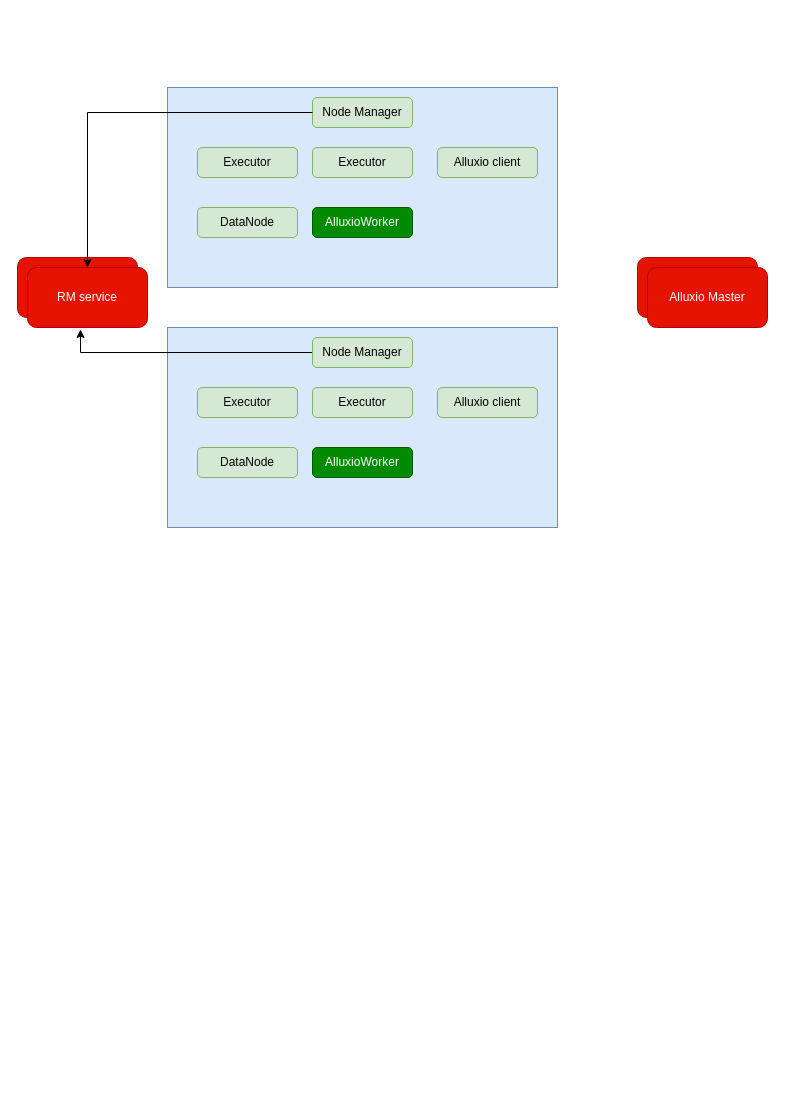
Earlier version of the draw.io diagram dir2/alluxio.drawio (liangrui1988/diagrams). Source tidied: cells renumbered, new cells numbered last; positions are measured from the earlier drawing's top-left corner, leaving out a move shared by most shapes. Both pictures are drawn from the tidied source at 100%, with x=0, y=0 at pixel (17, 87).
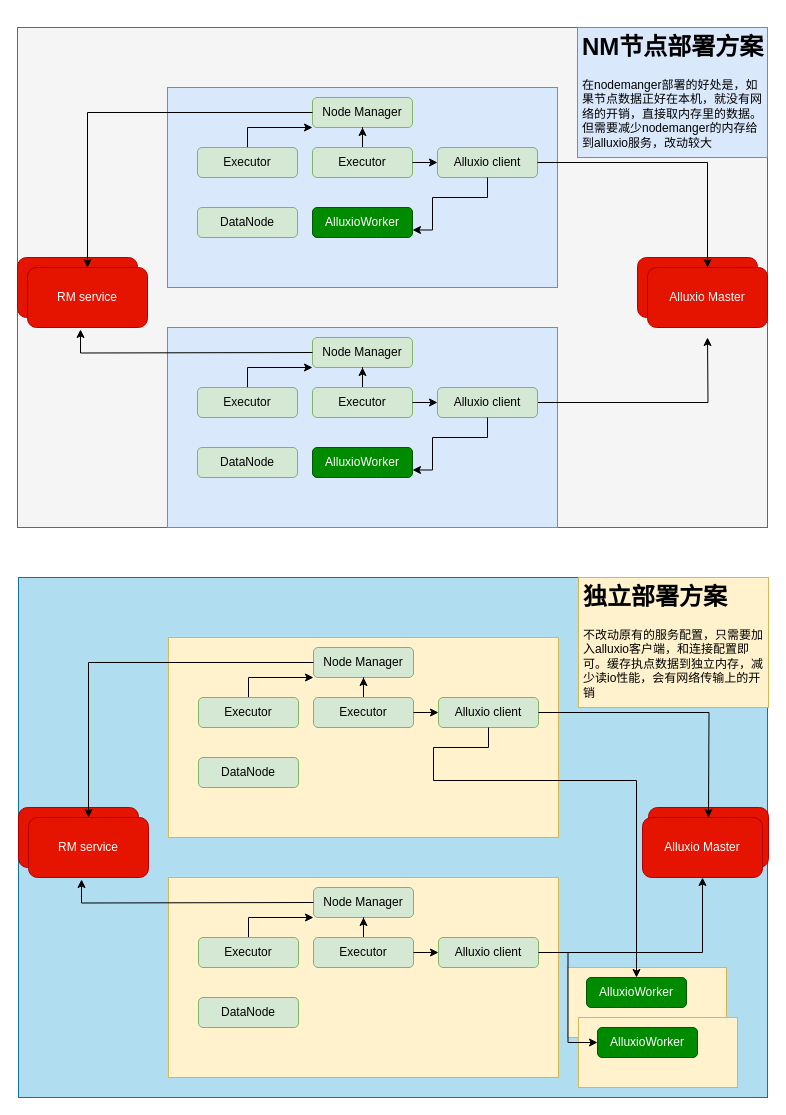
The same diagram, later.

Change to the diagram source:
```diff
@@
+    <mxCell id="22" style="group;" parent="1" vertex="1">
+      <mxGeometry y="-60" width="750" height="500" as="geometry" />
+    </mxCell>
+    <mxCell id="23" style="rounded=0;whiteSpace=wrap;html=1;fillColor=#f5f5f5;strokeColor=#666666;fontColor=#333333;" parent="22" vertex="1">
+      <mxGeometry width="750" height="500" as="geometry" />
+    </mxCell>
-    <mxCell id="2" style="rounded=0;whiteSpace=wrap;html=1;fillColor=#dae8fc;strokeColor=#6c8ebf;" parent="1" vertex="1">
-      <mxGeometry x="150" width="390" height="200" as="geometry" />
+    <mxCell id="2" style="rounded=0;whiteSpace=wrap;html=1;fillColor=#dae8fc;strokeColor=#6c8ebf;" parent="22" vertex="1">
+      <mxGeometry x="150" y="60" width="390" height="200" as="geometry" />
     </mxCell>
-    <mxCell id="3" value="Node Manager" style="rounded=1;whiteSpace=wrap;html=1;fillColor=#d5e8d4;strokeColor=#82b366;" parent="1" vertex="1">
-      <mxGeometry x="295" y="10" width="100" height="30" as="geometry" />
+    <mxCell id="3" value="Node Manager" style="rounded=1;whiteSpace=wrap;html=1;fillColor=#d5e8d4;strokeColor=#82b366;" parent="22" vertex="1">
+      <mxGeometry x="295" y="70" width="100" height="30" as="geometry" />
     </mxCell>
-    <mxCell id="4" style="rounded=1;whiteSpace=wrap;html=1;fillColor=#e51400;fontColor=#ffffff;strokeColor=#B20000;" parent="1" vertex="1">
-      <mxGeometry x="620" y="170" width="120" height="60" as="geometry" />
+    <mxCell id="4" style="rounded=1;whiteSpace=wrap;html=1;fillColor=#e51400;fontColor=#ffffff;strokeColor=#B20000;" parent="22" vertex="1">
+      <mxGeometry x="620" y="230" width="120" height="60" as="geometry" />
     </mxCell>
+    <mxCell id="24" style="edgeStyle=orthogonalEdgeStyle;rounded=0;jettySize=auto;html=1;exitX=0.5;exitY=0;exitDx=0;exitDy=0;entryX=0;entryY=1;entryDx=0;entryDy=0;" parent="22" edge="1" source="5" target="3">
+      <mxGeometry relative="1" as="geometry" />
+    </mxCell>
-    <mxCell id="5" value="Executor" style="rounded=1;whiteSpace=wrap;html=1;fillColor=#d5e8d4;strokeColor=#82b366;" parent="1" vertex="1">
-      <mxGeometry x="180" y="60" width="100" height="30" as="geometry" />
+    <mxCell id="5" value="Executor" style="rounded=1;whiteSpace=wrap;html=1;fillColor=#d5e8d4;strokeColor=#82b366;" parent="22" vertex="1">
+      <mxGeometry x="180" y="120" width="100" height="30" as="geometry" />
     </mxCell>
+    <mxCell id="25" style="edgeStyle=orthogonalEdgeStyle;rounded=0;jettySize=auto;html=1;exitX=0.5;exitY=0;exitDx=0;exitDy=0;" parent="22" edge="1" source="6" target="3">
+      <mxGeometry relative="1" as="geometry" />
+    </mxCell>
-    <mxCell id="6" value="Executor" style="rounded=1;whiteSpace=wrap;html=1;fillColor=#d5e8d4;strokeColor=#82b366;" parent="1" vertex="1">
-      <mxGeometry x="295" y="60" width="100" height="30" as="geometry" />
+    <mxCell id="6" value="Executor" style="rounded=1;whiteSpace=wrap;html=1;fillColor=#d5e8d4;strokeColor=#82b366;" parent="22" vertex="1">
+      <mxGeometry x="295" y="120" width="100" height="30" as="geometry" />
     </mxCell>
-    <mxCell id="7" value="Alluxio client" style="rounded=1;whiteSpace=wrap;html=1;fillColor=#d5e8d4;strokeColor=#82b366;" parent="1" vertex="1">
-      <mxGeometry x="420" y="60" width="100" height="30" as="geometry" />
+    <mxCell id="7" value="Alluxio client" style="rounded=1;whiteSpace=wrap;html=1;fillColor=#d5e8d4;strokeColor=#82b366;" parent="22" vertex="1">
+      <mxGeometry x="420" y="120" width="100" height="30" as="geometry" />
     </mxCell>
+    <mxCell id="26" style="edgeStyle=orthogonalEdgeStyle;rounded=0;jettySize=auto;html=1;exitX=1;exitY=0.5;exitDx=0;exitDy=0;entryX=0;entryY=0.5;entryDx=0;entryDy=0;" parent="22" edge="1" source="6" target="7">
+      <mxGeometry relative="1" as="geometry" />
+    </mxCell>
-    <mxCell id="8" value="DataNode" style="rounded=1;whiteSpace=wrap;html=1;fillColor=#d5e8d4;strokeColor=#82b366;" parent="1" vertex="1">
-      <mxGeometry x="180" y="120" width="100" height="30" as="geometry" />
+    <mxCell id="8" value="DataNode" style="rounded=1;whiteSpace=wrap;html=1;fillColor=#d5e8d4;strokeColor=#82b366;" parent="22" vertex="1">
+      <mxGeometry x="180" y="180" width="100" height="30" as="geometry" />
     </mxCell>
-    <mxCell id="9" value="AlluxioWorker" style="rounded=1;whiteSpace=wrap;html=1;fillColor=#008a00;strokeColor=#005700;fontColor=#ffffff;" parent="1" vertex="1">
-      <mxGeometry x="295" y="120" width="100" height="30" as="geometry" />
+    <mxCell id="9" value="AlluxioWorker" style="rounded=1;whiteSpace=wrap;html=1;fillColor=#008a00;strokeColor=#005700;fontColor=#ffffff;" parent="22" vertex="1">
+      <mxGeometry x="295" y="180" width="100" height="30" as="geometry" />
     </mxCell>
+    <mxCell id="27" style="edgeStyle=orthogonalEdgeStyle;rounded=0;jettySize=auto;html=1;entryX=1;entryY=0.75;entryDx=0;entryDy=0;" parent="22" edge="1" source="7" target="9">
+      <mxGeometry relative="1" as="geometry">
+        <Array as="points">
+          <mxPoint x="470" y="170" />
+          <mxPoint x="415" y="170" />
+          <mxPoint x="415" y="203" />
+        </Array>
+      </mxGeometry>
+    </mxCell>
-    <mxCell id="10" value="Alluxio Master" style="rounded=1;whiteSpace=wrap;html=1;fillColor=#e51400;fontColor=#ffffff;strokeColor=#B20000;" parent="1" vertex="1">
-      <mxGeometry x="630" y="180" width="120" height="60" as="geometry" />
+    <mxCell id="10" value="Alluxio Master" style="rounded=1;whiteSpace=wrap;html=1;fillColor=#e51400;fontColor=#ffffff;strokeColor=#B20000;" parent="22" vertex="1">
+      <mxGeometry x="630" y="240" width="120" height="60" as="geometry" />
     </mxCell>
-    <mxCell id="11" style="rounded=0;whiteSpace=wrap;html=1;fillColor=#dae8fc;strokeColor=#6c8ebf;" parent="1" vertex="1">
-      <mxGeometry x="150" y="240" width="390" height="200" as="geometry" />
-    </mxCell>
-    <mxCell id="12" style="edgeStyle=orthogonalEdgeStyle;rounded=0;jettySize=auto;html=1;exitX=0;exitY=0.5;exitDx=0;exitDy=0;entryX=0.442;entryY=1.033;entryDx=0;entryDy=0;entryPerimeter=0;" parent="1" edge="1" source="13" target="20">
-      <mxGeometry relative="1" as="geometry" />
-    </mxCell>
-    <mxCell id="13" value="Node Manager" style="rounded=1;whiteSpace=wrap;html=1;fillColor=#d5e8d4;strokeColor=#82b366;" parent="1" vertex="1">
-      <mxGeometry x="295" y="250" width="100" height="30" as="geometry" />
-    </mxCell>
-    <mxCell id="14" value="Executor" style="rounded=1;whiteSpace=wrap;html=1;fillColor=#d5e8d4;strokeColor=#82b366;" parent="1" vertex="1">
-      <mxGeometry x="180" y="300" width="100" height="30" as="geometry" />
-    </mxCell>
-    <mxCell id="15" value="Executor" style="rounded=1;whiteSpace=wrap;html=1;fillColor=#d5e8d4;strokeColor=#82b366;" parent="1" vertex="1">
-      <mxGeometry x="295" y="300" width="100" height="30" as="geometry" />
-    </mxCell>
-    <mxCell id="16" value="Alluxio client" style="rounded=1;whiteSpace=wrap;html=1;fillColor=#d5e8d4;strokeColor=#82b366;" parent="1" vertex="1">
-      <mxGeometry x="420" y="300" width="100" height="30" as="geometry" />
-    </mxCell>
-    <mxCell id="17" value="DataNode" style="rounded=1;whiteSpace=wrap;html=1;fillColor=#d5e8d4;strokeColor=#82b366;" parent="1" vertex="1">
-      <mxGeometry x="180" y="360" width="100" height="30" as="geometry" />
-    </mxCell>
-    <mxCell id="18" value="AlluxioWorker" style="rounded=1;whiteSpace=wrap;html=1;fillColor=#008a00;strokeColor=#005700;fontColor=#ffffff;" parent="1" vertex="1">
-      <mxGeometry x="295" y="360" width="100" height="30" as="geometry" />
-    </mxCell>
+    <mxCell id="28" style="edgeStyle=orthogonalEdgeStyle;rounded=0;jettySize=auto;html=1;exitX=1;exitY=0.5;exitDx=0;exitDy=0;" parent="22" edge="1" source="7" target="10">
+      <mxGeometry relative="1" as="geometry" />
+    </mxCell>
-    <mxCell id="19" style="rounded=1;whiteSpace=wrap;html=1;fillColor=#e51400;fontColor=#ffffff;strokeColor=#B20000;" parent="1" vertex="1">
-      <mxGeometry y="170" width="120" height="60" as="geometry" />
+    <mxCell id="19" style="rounded=1;whiteSpace=wrap;html=1;fillColor=#e51400;fontColor=#ffffff;strokeColor=#B20000;" parent="22" vertex="1">
+      <mxGeometry y="230" width="120" height="60" as="geometry" />
     </mxCell>
-    <mxCell id="20" value="RM service" style="rounded=1;whiteSpace=wrap;html=1;fillColor=#e51400;fontColor=#ffffff;strokeColor=#B20000;" parent="1" vertex="1">
-      <mxGeometry x="10" y="180" width="120" height="60" as="geometry" />
+    <mxCell id="20" value="RM service" style="rounded=1;whiteSpace=wrap;html=1;fillColor=#e51400;fontColor=#ffffff;strokeColor=#B20000;" parent="22" vertex="1">
+      <mxGeometry x="10" y="240" width="120" height="60" as="geometry" />
     </mxCell>
-    <mxCell id="21" style="edgeStyle=orthogonalEdgeStyle;rounded=0;jettySize=auto;html=1;exitX=0;exitY=0.5;exitDx=0;exitDy=0;entryX=0.5;entryY=0;entryDx=0;entryDy=0;" parent="1" edge="1" source="3" target="20">
+    <mxCell id="21" style="edgeStyle=orthogonalEdgeStyle;rounded=0;jettySize=auto;html=1;exitX=0;exitY=0.5;exitDx=0;exitDy=0;entryX=0.5;entryY=0;entryDx=0;entryDy=0;" parent="22" edge="1" source="3" target="20">
       <mxGeometry relative="1" as="geometry" />
     </mxCell>
+    <mxCell id="29" style="rounded=0;whiteSpace=wrap;html=1;fillColor=#dae8fc;strokeColor=#6c8ebf;" parent="22" vertex="1">
+      <mxGeometry x="150" y="300" width="390" height="200" as="geometry" />
+    </mxCell>
+    <mxCell id="30" value="Node Manager" style="rounded=1;whiteSpace=wrap;html=1;fillColor=#d5e8d4;strokeColor=#82b366;" parent="22" vertex="1">
+      <mxGeometry x="295" y="310" width="100" height="30" as="geometry" />
+    </mxCell>
+    <mxCell id="31" style="edgeStyle=orthogonalEdgeStyle;rounded=0;jettySize=auto;html=1;exitX=0.5;exitY=0;exitDx=0;exitDy=0;entryX=0;entryY=1;entryDx=0;entryDy=0;" parent="22" edge="1" source="32" target="30">
+      <mxGeometry relative="1" as="geometry" />
+    </mxCell>
+    <mxCell id="32" value="Executor" style="rounded=1;whiteSpace=wrap;html=1;fillColor=#d5e8d4;strokeColor=#82b366;" parent="22" vertex="1">
+      <mxGeometry x="180" y="360" width="100" height="30" as="geometry" />
+    </mxCell>
+    <mxCell id="33" style="edgeStyle=orthogonalEdgeStyle;rounded=0;jettySize=auto;html=1;exitX=0.5;exitY=0;exitDx=0;exitDy=0;" parent="22" edge="1" source="34" target="30">
+      <mxGeometry relative="1" as="geometry" />
+    </mxCell>
+    <mxCell id="34" value="Executor" style="rounded=1;whiteSpace=wrap;html=1;fillColor=#d5e8d4;strokeColor=#82b366;" parent="22" vertex="1">
+      <mxGeometry x="295" y="360" width="100" height="30" as="geometry" />
+    </mxCell>
+    <mxCell id="35" style="edgeStyle=orthogonalEdgeStyle;rounded=0;jettySize=auto;html=1;exitX=1;exitY=0.5;exitDx=0;exitDy=0;" parent="22" edge="1" source="36">
+      <mxGeometry relative="1" as="geometry">
+        <mxPoint x="690" y="310" as="targetPoint" />
+      </mxGeometry>
+    </mxCell>
+    <mxCell id="36" value="Alluxio client" style="rounded=1;whiteSpace=wrap;html=1;fillColor=#d5e8d4;strokeColor=#82b366;" parent="22" vertex="1">
+      <mxGeometry x="420" y="360" width="100" height="30" as="geometry" />
+    </mxCell>
+    <mxCell id="37" style="edgeStyle=orthogonalEdgeStyle;rounded=0;jettySize=auto;html=1;exitX=1;exitY=0.5;exitDx=0;exitDy=0;entryX=0;entryY=0.5;entryDx=0;entryDy=0;" parent="22" edge="1" source="34" target="36">
+      <mxGeometry relative="1" as="geometry" />
+    </mxCell>
+    <mxCell id="38" value="DataNode" style="rounded=1;whiteSpace=wrap;html=1;fillColor=#d5e8d4;strokeColor=#82b366;" parent="22" vertex="1">
+      <mxGeometry x="180" y="420" width="100" height="30" as="geometry" />
+    </mxCell>
+    <mxCell id="39" value="AlluxioWorker" style="rounded=1;whiteSpace=wrap;html=1;fillColor=#008a00;strokeColor=#005700;fontColor=#ffffff;" parent="22" vertex="1">
+      <mxGeometry x="295" y="420" width="100" height="30" as="geometry" />
+    </mxCell>
+    <mxCell id="40" style="edgeStyle=orthogonalEdgeStyle;rounded=0;jettySize=auto;html=1;entryX=1;entryY=0.75;entryDx=0;entryDy=0;" parent="22" edge="1" source="36" target="39">
+      <mxGeometry relative="1" as="geometry">
+        <Array as="points">
+          <mxPoint x="470" y="410" />
+          <mxPoint x="415" y="410" />
+          <mxPoint x="415" y="443" />
+        </Array>
+      </mxGeometry>
+    </mxCell>
+    <mxCell id="12" style="edgeStyle=orthogonalEdgeStyle;rounded=0;jettySize=auto;html=1;exitX=0;exitY=0.5;exitDx=0;exitDy=0;entryX=0.442;entryY=1.033;entryDx=0;entryDy=0;entryPerimeter=0;" parent="22" edge="1" target="20">
+      <mxGeometry relative="1" as="geometry">
+        <mxPoint x="295" y="325" as="sourcePoint" />
+      </mxGeometry>
+    </mxCell>
+    <mxCell id="41" value="&lt;h1&gt;NM节点部署方案&lt;/h1&gt;&lt;p&gt;在nodemanger部署的好处是，如果节点数据正好在本机，就没有网络的开销，直接取内存里的数据。但需要减少nodemanger的内存给到alluxio服务，改动较大&lt;/p&gt;" style="text;html=1;strokeColor=#6c8ebf;fillColor=#dae8fc;spacing=5;spacingTop=-20;whiteSpace=wrap;overflow=hidden;rounded=0;" parent="22" vertex="1">
+      <mxGeometry x="560" width="190" height="130" as="geometry" />
+    </mxCell>
+    <mxCell id="42" style="rounded=0;whiteSpace=wrap;html=1;fillColor=#b1ddf0;strokeColor=#10739e;" parent="1" vertex="1">
+      <mxGeometry x="1" y="490" width="749" height="520" as="geometry" />
+    </mxCell>
+    <mxCell id="43" style="rounded=0;whiteSpace=wrap;html=1;fillColor=#fff2cc;strokeColor=#d6b656;" parent="1" vertex="1">
+      <mxGeometry x="151" y="550" width="390" height="200" as="geometry" />
+    </mxCell>
+    <mxCell id="44" value="Node Manager" style="rounded=1;whiteSpace=wrap;html=1;fillColor=#d5e8d4;strokeColor=#82b366;" parent="1" vertex="1">
+      <mxGeometry x="296" y="560" width="100" height="30" as="geometry" />
+    </mxCell>
+    <mxCell id="45" style="rounded=1;whiteSpace=wrap;html=1;fillColor=#e51400;fontColor=#ffffff;strokeColor=#B20000;" parent="1" vertex="1">
+      <mxGeometry x="631" y="720" width="120" height="60" as="geometry" />
+    </mxCell>
+    <mxCell id="46" style="edgeStyle=orthogonalEdgeStyle;rounded=0;jettySize=auto;html=1;exitX=0.5;exitY=0;exitDx=0;exitDy=0;entryX=0;entryY=1;entryDx=0;entryDy=0;" parent="1" edge="1" source="47" target="44">
+      <mxGeometry x="30" y="560" as="geometry" />
+    </mxCell>
+    <mxCell id="47" value="Executor" style="rounded=1;whiteSpace=wrap;html=1;fillColor=#d5e8d4;strokeColor=#82b366;" parent="1" vertex="1">
+      <mxGeometry x="181" y="610" width="100" height="30" as="geometry" />
+    </mxCell>
+    <mxCell id="48" style="edgeStyle=orthogonalEdgeStyle;rounded=0;jettySize=auto;html=1;exitX=0.5;exitY=0;exitDx=0;exitDy=0;" parent="1" edge="1" source="49" target="44">
+      <mxGeometry x="30" y="560" as="geometry" />
+    </mxCell>
+    <mxCell id="49" value="Executor" style="rounded=1;whiteSpace=wrap;html=1;fillColor=#d5e8d4;strokeColor=#82b366;" parent="1" vertex="1">
+      <mxGeometry x="296" y="610" width="100" height="30" as="geometry" />
+    </mxCell>
+    <mxCell id="50" value="Alluxio client" style="rounded=1;whiteSpace=wrap;html=1;fillColor=#d5e8d4;strokeColor=#82b366;" parent="1" vertex="1">
+      <mxGeometry x="421" y="610" width="100" height="30" as="geometry" />
+    </mxCell>
+    <mxCell id="51" style="edgeStyle=orthogonalEdgeStyle;rounded=0;jettySize=auto;html=1;exitX=1;exitY=0.5;exitDx=0;exitDy=0;entryX=0;entryY=0.5;entryDx=0;entryDy=0;" parent="1" edge="1" source="49" target="50">
+      <mxGeometry x="30" y="560" as="geometry" />
+    </mxCell>
+    <mxCell id="52" value="DataNode" style="rounded=1;whiteSpace=wrap;html=1;fillColor=#d5e8d4;strokeColor=#82b366;" parent="1" vertex="1">
+      <mxGeometry x="181" y="670" width="100" height="30" as="geometry" />
+    </mxCell>
+    <mxCell id="53" value="Alluxio Master" style="rounded=1;whiteSpace=wrap;html=1;fillColor=#e51400;fontColor=#ffffff;strokeColor=#B20000;" parent="1" vertex="1">
+      <mxGeometry x="625" y="730" width="120" height="60" as="geometry" />
+    </mxCell>
+    <mxCell id="54" style="edgeStyle=orthogonalEdgeStyle;rounded=0;jettySize=auto;html=1;exitX=1;exitY=0.5;exitDx=0;exitDy=0;" parent="1" edge="1" source="50">
+      <mxGeometry x="30" y="560" as="geometry">
+        <mxPoint x="691" y="730" as="targetPoint" />
+      </mxGeometry>
+    </mxCell>
+    <mxCell id="55" style="rounded=1;whiteSpace=wrap;html=1;fillColor=#e51400;fontColor=#ffffff;strokeColor=#B20000;" parent="1" vertex="1">
+      <mxGeometry x="1" y="720" width="120" height="60" as="geometry" />
+    </mxCell>
+    <mxCell id="56" value="RM service" style="rounded=1;whiteSpace=wrap;html=1;fillColor=#e51400;fontColor=#ffffff;strokeColor=#B20000;" parent="1" vertex="1">
+      <mxGeometry x="11" y="730" width="120" height="60" as="geometry" />
+    </mxCell>
+    <mxCell id="57" style="edgeStyle=orthogonalEdgeStyle;rounded=0;jettySize=auto;html=1;exitX=0;exitY=0.5;exitDx=0;exitDy=0;entryX=0.5;entryY=0;entryDx=0;entryDy=0;" parent="1" edge="1" source="44" target="56">
+      <mxGeometry x="30" y="560" as="geometry" />
+    </mxCell>
+    <mxCell id="58" style="rounded=0;whiteSpace=wrap;html=1;fillColor=#fff2cc;strokeColor=#d6b656;" parent="1" vertex="1">
+      <mxGeometry x="151" y="790" width="390" height="200" as="geometry" />
+    </mxCell>
+    <mxCell id="59" value="Node Manager" style="rounded=1;whiteSpace=wrap;html=1;fillColor=#d5e8d4;strokeColor=#82b366;" parent="1" vertex="1">
+      <mxGeometry x="296" y="800" width="100" height="30" as="geometry" />
+    </mxCell>
+    <mxCell id="60" style="edgeStyle=orthogonalEdgeStyle;rounded=0;jettySize=auto;html=1;exitX=0.5;exitY=0;exitDx=0;exitDy=0;entryX=0;entryY=1;entryDx=0;entryDy=0;" parent="1" edge="1" source="61" target="59">
+      <mxGeometry x="30" y="560" as="geometry" />
+    </mxCell>
+    <mxCell id="61" value="Executor" style="rounded=1;whiteSpace=wrap;html=1;fillColor=#d5e8d4;strokeColor=#82b366;" parent="1" vertex="1">
+      <mxGeometry x="181" y="850" width="100" height="30" as="geometry" />
+    </mxCell>
+    <mxCell id="62" style="edgeStyle=orthogonalEdgeStyle;rounded=0;jettySize=auto;html=1;exitX=0.5;exitY=0;exitDx=0;exitDy=0;" parent="1" edge="1" source="63" target="59">
+      <mxGeometry x="30" y="560" as="geometry" />
+    </mxCell>
+    <mxCell id="63" value="Executor" style="rounded=1;whiteSpace=wrap;html=1;fillColor=#d5e8d4;strokeColor=#82b366;" parent="1" vertex="1">
+      <mxGeometry x="296" y="850" width="100" height="30" as="geometry" />
+    </mxCell>
+    <mxCell id="64" style="edgeStyle=orthogonalEdgeStyle;rounded=0;jettySize=auto;html=1;exitX=1;exitY=0.5;exitDx=0;exitDy=0;entryX=0.5;entryY=1;entryDx=0;entryDy=0;" parent="1" edge="1" source="65" target="53">
+      <mxGeometry x="30" y="560" as="geometry" />
+    </mxCell>
+    <mxCell id="65" value="Alluxio client" style="rounded=1;whiteSpace=wrap;html=1;fillColor=#d5e8d4;strokeColor=#82b366;" parent="1" vertex="1">
+      <mxGeometry x="421" y="850" width="100" height="30" as="geometry" />
+    </mxCell>
+    <mxCell id="66" style="edgeStyle=orthogonalEdgeStyle;rounded=0;jettySize=auto;html=1;exitX=1;exitY=0.5;exitDx=0;exitDy=0;entryX=0;entryY=0.5;entryDx=0;entryDy=0;" parent="1" edge="1" source="63" target="65">
+      <mxGeometry x="30" y="560" as="geometry" />
+    </mxCell>
+    <mxCell id="67" value="DataNode" style="rounded=1;whiteSpace=wrap;html=1;fillColor=#d5e8d4;strokeColor=#82b366;" parent="1" vertex="1">
+      <mxGeometry x="181" y="910" width="100" height="30" as="geometry" />
+    </mxCell>
+    <mxCell id="68" style="edgeStyle=orthogonalEdgeStyle;rounded=0;jettySize=auto;html=1;exitX=0;exitY=0.5;exitDx=0;exitDy=0;entryX=0.442;entryY=1.033;entryDx=0;entryDy=0;entryPerimeter=0;" parent="1" edge="1" target="56">
+      <mxGeometry x="30" y="560" as="geometry">
+        <mxPoint x="296" y="815" as="sourcePoint" />
+      </mxGeometry>
+    </mxCell>
+    <mxCell id="69" value="&lt;h1&gt;独立部署方案&lt;/h1&gt;&lt;p&gt;不改动原有的服务配置，只需要加入alluxio客户端，和连接配置即可。缓存执点数据到独立内存，减少读io性能，会有网络传输上的开销&lt;/p&gt;" style="text;html=1;strokeColor=#d6b656;fillColor=#fff2cc;spacing=5;spacingTop=-20;whiteSpace=wrap;overflow=hidden;rounded=0;" parent="1" vertex="1">
+      <mxGeometry x="561" y="490" width="190" height="130" as="geometry" />
+    </mxCell>
+    <mxCell id="70" style="rounded=0;whiteSpace=wrap;html=1;fillColor=#fff2cc;strokeColor=#d6b656;" parent="1" vertex="1">
+      <mxGeometry x="550" y="880" width="159" height="70" as="geometry" />
+    </mxCell>
+    <mxCell id="71" value="AlluxioWorker" style="rounded=1;whiteSpace=wrap;html=1;fillColor=#008a00;strokeColor=#005700;fontColor=#ffffff;" parent="1" vertex="1">
+      <mxGeometry x="569" y="890" width="100" height="30" as="geometry" />
+    </mxCell>
+    <mxCell id="72" style="rounded=0;whiteSpace=wrap;html=1;fillColor=#fff2cc;strokeColor=#d6b656;" parent="1" vertex="1">
+      <mxGeometry x="561" y="930" width="159" height="70" as="geometry" />
+    </mxCell>
+    <mxCell id="73" value="AlluxioWorker" style="rounded=1;whiteSpace=wrap;html=1;fillColor=#008a00;strokeColor=#005700;fontColor=#ffffff;" parent="1" vertex="1">
+      <mxGeometry x="580" y="940" width="100" height="30" as="geometry" />
+    </mxCell>
+    <mxCell id="74" style="edgeStyle=orthogonalEdgeStyle;rounded=0;jettySize=auto;html=1;" parent="1" edge="1" source="50" target="71">
+      <mxGeometry x="30" y="560" as="geometry">
+        <Array as="points">
+          <mxPoint x="471" y="660" />
+          <mxPoint x="416" y="660" />
+          <mxPoint x="416" y="693" />
+          <mxPoint x="619" y="693" />
+        </Array>
+      </mxGeometry>
+    </mxCell>
+    <mxCell id="75" style="edgeStyle=orthogonalEdgeStyle;rounded=0;jettySize=auto;html=1;entryX=0;entryY=0.5;entryDx=0;entryDy=0;fontColor=#000000;" parent="1" edge="1" source="65" target="73">
+      <mxGeometry relative="1" as="geometry" />
+    </mxCell>
```
